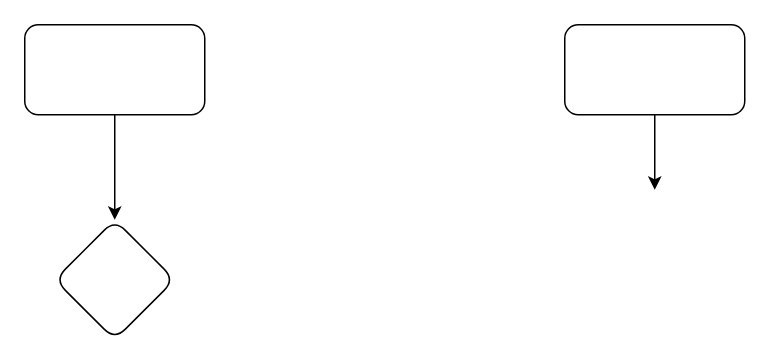
Earlier version of the draw.io diagram draw.io/未命名绘图.drawio (imwhatiam/cheatsheet). Source tidied: cells renumbered, new cells numbered last; positions are measured from the earlier drawing's top-left corner, leaving out a move shared by most shapes. Both pictures are drawn from the tidied source at 150%, with x=0, y=0 at pixel (24, 24).
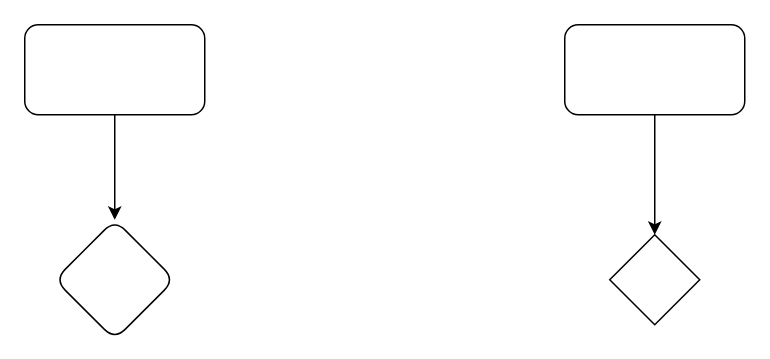
The same page after the edit.

Commit message (it also covers changes not shown here):
更新未命名绘图.drawio

What changed in the source:
```diff
@@
 <mxGraphModel>
   <root>
     <mxCell id="0" />
     <mxCell id="1" parent="0" />
-    <mxCell id="2" style="edgeStyle=orthogonalEdgeStyle;rounded=0;jettySize=auto;html=1;" parent="1" edge="1" source="3">
-      <mxGeometry relative="1" as="geometry">
-        <mxPoint x="420" y="110" as="targetPoint" />
-      </mxGeometry>
-    </mxCell>
     <mxCell id="3" style="rounded=1;whiteSpace=wrap;html=1;" parent="1" vertex="1">
       <mxGeometry x="360" width="120" height="60" as="geometry" />
     </mxCell>
     <mxCell id="4" style="edgeStyle=orthogonalEdgeStyle;rounded=0;jettySize=auto;html=1;" parent="1" edge="1" source="5" target="6">
       <mxGeometry relative="1" as="geometry" />
     </mxCell>
     <mxCell id="5" style="rounded=1;whiteSpace=wrap;html=1;" parent="1" vertex="1">
       <mxGeometry width="120" height="60" as="geometry" />
     </mxCell>
     <mxCell id="6" style="rhombus;whiteSpace=wrap;html=1;rounded=1;" parent="1" vertex="1">
       <mxGeometry x="20" y="130" width="80" height="80" as="geometry" />
     </mxCell>
+    <mxCell id="7" style="rhombus;whiteSpace=wrap;html=1;" parent="1" vertex="1">
+      <mxGeometry x="390" y="140" width="60" height="60" as="geometry" />
+    </mxCell>
+    <mxCell id="8" style="edgeStyle=orthogonalEdgeStyle;rounded=0;jettySize=auto;html=1;" parent="1" edge="1" source="3" target="7">
+      <mxGeometry relative="1" as="geometry" />
+    </mxCell>
   </root>
 </mxGraphModel>
```
